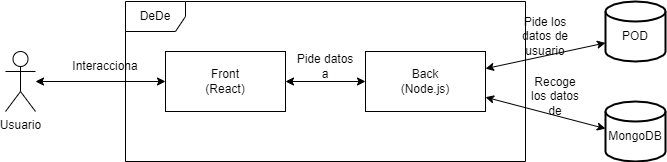
Before: docs/images/05_building_blocks_level2.png, a diagram exported from draw.io (Arquisoft/dede_es5c). Source tidied: cells renumbered, new cells last; positions are measured from the earlier drawing's top-left corner, leaving out a move shared by most shapes. Its diagram source:
```xml
<mxGraphModel>
  <root>
    <mxCell id="0" />
    <mxCell id="1" parent="0" />
    <mxCell id="2" value="DeDe" style="shape=umlFrame;whiteSpace=wrap;html=1;fillColor=none;" parent="1" vertex="1">
      <mxGeometry x="120" width="400" height="160" as="geometry" />
    </mxCell>
    <mxCell id="3" value="Usuario" style="shape=umlActor;verticalLabelPosition=bottom;verticalAlign=top;html=1;outlineConnect=0;fillColor=none;" parent="1" vertex="1">
      <mxGeometry y="50" width="30" height="60" as="geometry" />
    </mxCell>
    <mxCell id="4" style="rounded=0;whiteSpace=wrap;html=1;fillColor=none;" parent="1" vertex="1">
      <mxGeometry x="160" y="50" width="120" height="60" as="geometry" />
    </mxCell>
    <mxCell id="5" style="rounded=0;whiteSpace=wrap;html=1;fillColor=none;" parent="1" vertex="1">
      <mxGeometry x="360" y="50" width="120" height="60" as="geometry" />
    </mxCell>
    <mxCell id="6" value="Front&lt;br&gt;(React)" style="text;html=1;strokeColor=none;fillColor=none;align=center;verticalAlign=middle;whiteSpace=wrap;rounded=0;" parent="1" vertex="1">
      <mxGeometry x="190" y="65" width="60" height="30" as="geometry" />
    </mxCell>
    <mxCell id="7" value="Back&lt;br&gt;(Node.js)" style="text;html=1;strokeColor=none;fillColor=none;align=center;verticalAlign=middle;whiteSpace=wrap;rounded=0;" parent="1" vertex="1">
      <mxGeometry x="390" y="65" width="60" height="30" as="geometry" />
    </mxCell>
    <mxCell id="8" style="strokeWidth=2;html=1;shape=mxgraph.flowchart.database;whiteSpace=wrap;fillColor=none;" parent="1" vertex="1">
      <mxGeometry x="600" width="60" height="60" as="geometry" />
    </mxCell>
    <mxCell id="9" style="strokeWidth=2;html=1;shape=mxgraph.flowchart.database;whiteSpace=wrap;fillColor=none;" parent="1" vertex="1">
      <mxGeometry x="600" y="100" width="60" height="60" as="geometry" />
    </mxCell>
    <mxCell id="10" value="POD" style="text;html=1;strokeColor=none;fillColor=none;align=center;verticalAlign=middle;whiteSpace=wrap;rounded=0;" parent="1" vertex="1">
      <mxGeometry x="600" y="20" width="60" height="30" as="geometry" />
    </mxCell>
    <mxCell id="11" value="MongoDB" style="text;html=1;strokeColor=none;fillColor=none;align=center;verticalAlign=middle;whiteSpace=wrap;rounded=0;" parent="1" vertex="1">
      <mxGeometry x="600" y="120" width="60" height="30" as="geometry" />
    </mxCell>
    <mxCell id="12" style="endArrow=classic;startArrow=classic;html=1;rounded=0;" parent="1" edge="1" source="3" target="4">
      <mxGeometry relative="1" as="geometry" />
    </mxCell>
    <mxCell id="13" style="endArrow=classic;startArrow=classic;html=1;rounded=0;" parent="1" edge="1" source="4" target="5">
      <mxGeometry relative="1" as="geometry" />
    </mxCell>
    <mxCell id="14" style="endArrow=classic;startArrow=classic;html=1;rounded=0;" parent="1" edge="1" source="5" target="10">
      <mxGeometry relative="1" as="geometry" />
    </mxCell>
    <mxCell id="15" style="endArrow=classic;startArrow=classic;html=1;rounded=0;" parent="1" edge="1" source="11" target="5">
      <mxGeometry relative="1" as="geometry" />
    </mxCell>
    <mxCell id="16" value="Interacciona" style="text;html=1;strokeColor=none;fillColor=none;align=center;verticalAlign=middle;whiteSpace=wrap;rounded=0;" parent="1" vertex="1">
      <mxGeometry x="70" y="50" width="60" height="30" as="geometry" />
    </mxCell>
    <mxCell id="17" value="Pide datos a" style="text;html=1;strokeColor=none;fillColor=none;align=center;verticalAlign=middle;whiteSpace=wrap;rounded=0;" parent="1" vertex="1">
      <mxGeometry x="290" y="50" width="60" height="30" as="geometry" />
    </mxCell>
    <mxCell id="18" value="Recoge los datos de" style="text;html=1;strokeColor=none;fillColor=none;align=center;verticalAlign=middle;whiteSpace=wrap;rounded=0;" parent="1" vertex="1">
      <mxGeometry x="520" y="80" width="60" height="30" as="geometry" />
    </mxCell>
    <mxCell id="19" value="Pide los datos de usuario" style="text;html=1;strokeColor=none;fillColor=none;align=center;verticalAlign=middle;whiteSpace=wrap;rounded=0;" parent="1" vertex="1">
      <mxGeometry x="510" y="20" width="60" height="30" as="geometry" />
    </mxCell>
  </root>
</mxGraphModel>
```
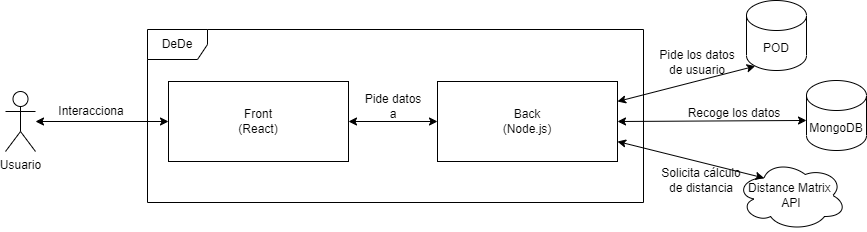
The same diagram one commit later.

Change to the diagram source:
```diff
@@ -2,59 +2,56 @@
   <root>
     <mxCell id="0" />
     <mxCell id="1" parent="0" />
-    <mxCell id="2" value="DeDe" style="shape=umlFrame;whiteSpace=wrap;html=1;fillColor=none;" parent="1" vertex="1">
-      <mxGeometry x="120" width="400" height="160" as="geometry" />
-    </mxCell>
+    <mxCell id="7" value="Back&lt;br&gt;(Node.js)" style="rounded=0;whiteSpace=wrap;html=1;" parent="1" vertex="1">
+      <mxGeometry x="110" y="20" width="180" height="80" as="geometry" />
+    </mxCell>
-    <mxCell id="3" value="Usuario" style="shape=umlActor;verticalLabelPosition=bottom;verticalAlign=top;html=1;outlineConnect=0;fillColor=none;" parent="1" vertex="1">
-      <mxGeometry y="50" width="30" height="60" as="geometry" />
+    <mxCell id="3" value="Usuario" style="shape=umlActor;verticalLabelPosition=bottom;verticalAlign=top;html=1;outlineConnect=0;" parent="1" vertex="1">
+      <mxGeometry x="-322" y="30" width="30" height="60" as="geometry" />
     </mxCell>
-    <mxCell id="4" style="rounded=0;whiteSpace=wrap;html=1;fillColor=none;" parent="1" vertex="1">
-      <mxGeometry x="160" y="50" width="120" height="60" as="geometry" />
-    </mxCell>
-    <mxCell id="5" style="rounded=0;whiteSpace=wrap;html=1;fillColor=none;" parent="1" vertex="1">
-      <mxGeometry x="360" y="50" width="120" height="60" as="geometry" />
-    </mxCell>
-    <mxCell id="6" value="Front&lt;br&gt;(React)" style="text;html=1;strokeColor=none;fillColor=none;align=center;verticalAlign=middle;whiteSpace=wrap;rounded=0;" parent="1" vertex="1">
-      <mxGeometry x="190" y="65" width="60" height="30" as="geometry" />
-    </mxCell>
-    <mxCell id="7" value="Back&lt;br&gt;(Node.js)" style="text;html=1;strokeColor=none;fillColor=none;align=center;verticalAlign=middle;whiteSpace=wrap;rounded=0;" parent="1" vertex="1">
-      <mxGeometry x="390" y="65" width="60" height="30" as="geometry" />
-    </mxCell>
-    <mxCell id="8" style="strokeWidth=2;html=1;shape=mxgraph.flowchart.database;whiteSpace=wrap;fillColor=none;" parent="1" vertex="1">
-      <mxGeometry x="600" width="60" height="60" as="geometry" />
-    </mxCell>
-    <mxCell id="9" style="strokeWidth=2;html=1;shape=mxgraph.flowchart.database;whiteSpace=wrap;fillColor=none;" parent="1" vertex="1">
-      <mxGeometry x="600" y="100" width="60" height="60" as="geometry" />
-    </mxCell>
+    <mxCell id="20" style="endArrow=classic;startArrow=classic;html=1;rounded=0;exitX=0;exitY=0.5;exitDx=0;exitDy=0;" parent="1" edge="1" source="6" target="3">
+      <mxGeometry relative="1" as="geometry" />
+    </mxCell>
-    <mxCell id="10" value="POD" style="text;html=1;strokeColor=none;fillColor=none;align=center;verticalAlign=middle;whiteSpace=wrap;rounded=0;" parent="1" vertex="1">
-      <mxGeometry x="600" y="20" width="60" height="30" as="geometry" />
+    <mxCell id="10" value="POD" style="shape=cylinder3;whiteSpace=wrap;html=1;boundedLbl=1;backgroundOutline=1;size=15;" parent="1" vertex="1">
+      <mxGeometry x="419" y="-61" width="60" height="70" as="geometry" />
     </mxCell>
-    <mxCell id="11" value="MongoDB" style="text;html=1;strokeColor=none;fillColor=none;align=center;verticalAlign=middle;whiteSpace=wrap;rounded=0;" parent="1" vertex="1">
-      <mxGeometry x="600" y="120" width="60" height="30" as="geometry" />
+    <mxCell id="11" value="MongoDB" style="shape=cylinder3;whiteSpace=wrap;html=1;boundedLbl=1;backgroundOutline=1;size=15;" parent="1" vertex="1">
+      <mxGeometry x="479" y="19" width="60" height="70" as="geometry" />
     </mxCell>
-    <mxCell id="12" style="endArrow=classic;startArrow=classic;html=1;rounded=0;" parent="1" edge="1" source="3" target="4">
-      <mxGeometry relative="1" as="geometry" />
-    </mxCell>
-    <mxCell id="13" style="endArrow=classic;startArrow=classic;html=1;rounded=0;" parent="1" edge="1" source="4" target="5">
-      <mxGeometry relative="1" as="geometry" />
-    </mxCell>
-    <mxCell id="14" style="endArrow=classic;startArrow=classic;html=1;rounded=0;" parent="1" edge="1" source="5" target="10">
-      <mxGeometry relative="1" as="geometry" />
-    </mxCell>
-    <mxCell id="15" style="endArrow=classic;startArrow=classic;html=1;rounded=0;" parent="1" edge="1" source="11" target="5">
-      <mxGeometry relative="1" as="geometry" />
-    </mxCell>
+    <mxCell id="21" value="Distance Matrix &lt;br&gt;API" style="ellipse;shape=cloud;whiteSpace=wrap;html=1;" parent="1" vertex="1">
+      <mxGeometry x="409" y="99" width="110" height="70" as="geometry" />
+    </mxCell>
+    <mxCell id="22" style="endArrow=classic;startArrow=classic;html=1;rounded=0;exitX=1;exitY=0.25;exitDx=0;exitDy=0;entryX=0.145;entryY=1;entryDx=0;entryDy=-4.35;entryPerimeter=0;" parent="1" edge="1" source="7" target="10">
+      <mxGeometry relative="1" as="geometry" />
+    </mxCell>
+    <mxCell id="23" style="endArrow=classic;startArrow=classic;html=1;rounded=0;exitX=1;exitY=0.5;exitDx=0;exitDy=0;entryX=0;entryY=0.571;entryDx=0;entryDy=0;entryPerimeter=0;" parent="1" edge="1" source="7" target="11">
+      <mxGeometry relative="1" as="geometry" />
+    </mxCell>
+    <mxCell id="24" style="endArrow=classic;startArrow=classic;html=1;rounded=0;exitX=1;exitY=0.75;exitDx=0;exitDy=0;entryX=0.25;entryY=0.25;entryDx=0;entryDy=0;entryPerimeter=0;" parent="1" edge="1" source="7" target="21">
+      <mxGeometry relative="1" as="geometry" />
+    </mxCell>
+    <mxCell id="6" value="Front&lt;br&gt;(React)" style="rounded=0;whiteSpace=wrap;html=1;" parent="1" vertex="1">
+      <mxGeometry x="-159" y="20" width="180" height="80" as="geometry" />
+    </mxCell>
+    <mxCell id="2" value="DeDe" style="shape=umlFrame;whiteSpace=wrap;html=1;" parent="1" vertex="1">
+      <mxGeometry x="-180" y="-32" width="496" height="173" as="geometry" />
+    </mxCell>
+    <mxCell id="19" value="Pide los datos de usuario" style="text;html=1;strokeColor=none;fillColor=none;align=center;verticalAlign=middle;whiteSpace=wrap;rounded=0;" parent="1" vertex="1">
+      <mxGeometry x="329" y="-14" width="82" height="30" as="geometry" />
+    </mxCell>
+    <mxCell id="25" value="Recoge los datos" style="text;html=1;strokeColor=none;fillColor=none;align=center;verticalAlign=middle;whiteSpace=wrap;rounded=0;" parent="1" vertex="1">
+      <mxGeometry x="357" y="37" width="100" height="30" as="geometry" />
+    </mxCell>
+    <mxCell id="26" value="Solicita cálculo de distancia" style="text;html=1;strokeColor=none;fillColor=none;align=center;verticalAlign=middle;whiteSpace=wrap;rounded=0;labelBackgroundColor=none;" parent="1" vertex="1">
+      <mxGeometry x="329" y="104" width="90" height="30" as="geometry" />
+    </mxCell>
+    <mxCell id="27" style="endArrow=classic;startArrow=classic;html=1;rounded=0;exitX=1;exitY=0.5;exitDx=0;exitDy=0;entryX=0;entryY=0.5;entryDx=0;entryDy=0;" parent="1" edge="1" source="6" target="7">
+      <mxGeometry relative="1" as="geometry" />
+    </mxCell>
+    <mxCell id="17" value="Pide datos a" style="text;html=1;strokeColor=none;fillColor=none;align=center;verticalAlign=middle;whiteSpace=wrap;rounded=0;labelBackgroundColor=none;" parent="1" vertex="1">
+      <mxGeometry x="36" y="30" width="60" height="30" as="geometry" />
+    </mxCell>
-    <mxCell id="16" value="Interacciona" style="text;html=1;strokeColor=none;fillColor=none;align=center;verticalAlign=middle;whiteSpace=wrap;rounded=0;" parent="1" vertex="1">
-      <mxGeometry x="70" y="50" width="60" height="30" as="geometry" />
+    <mxCell id="16" value="Interacciona" style="text;html=1;strokeColor=none;fillColor=none;align=center;verticalAlign=middle;whiteSpace=wrap;rounded=0;labelBackgroundColor=none;" parent="1" vertex="1">
+      <mxGeometry x="-266" y="35" width="60" height="30" as="geometry" />
     </mxCell>
-    <mxCell id="17" value="Pide datos a" style="text;html=1;strokeColor=none;fillColor=none;align=center;verticalAlign=middle;whiteSpace=wrap;rounded=0;" parent="1" vertex="1">
-      <mxGeometry x="290" y="50" width="60" height="30" as="geometry" />
-    </mxCell>
-    <mxCell id="18" value="Recoge los datos de" style="text;html=1;strokeColor=none;fillColor=none;align=center;verticalAlign=middle;whiteSpace=wrap;rounded=0;" parent="1" vertex="1">
-      <mxGeometry x="520" y="80" width="60" height="30" as="geometry" />
-    </mxCell>
-    <mxCell id="19" value="Pide los datos de usuario" style="text;html=1;strokeColor=none;fillColor=none;align=center;verticalAlign=middle;whiteSpace=wrap;rounded=0;" parent="1" vertex="1">
-      <mxGeometry x="510" y="20" width="60" height="30" as="geometry" />
-    </mxCell>
   </root>
 </mxGraphModel>
```
